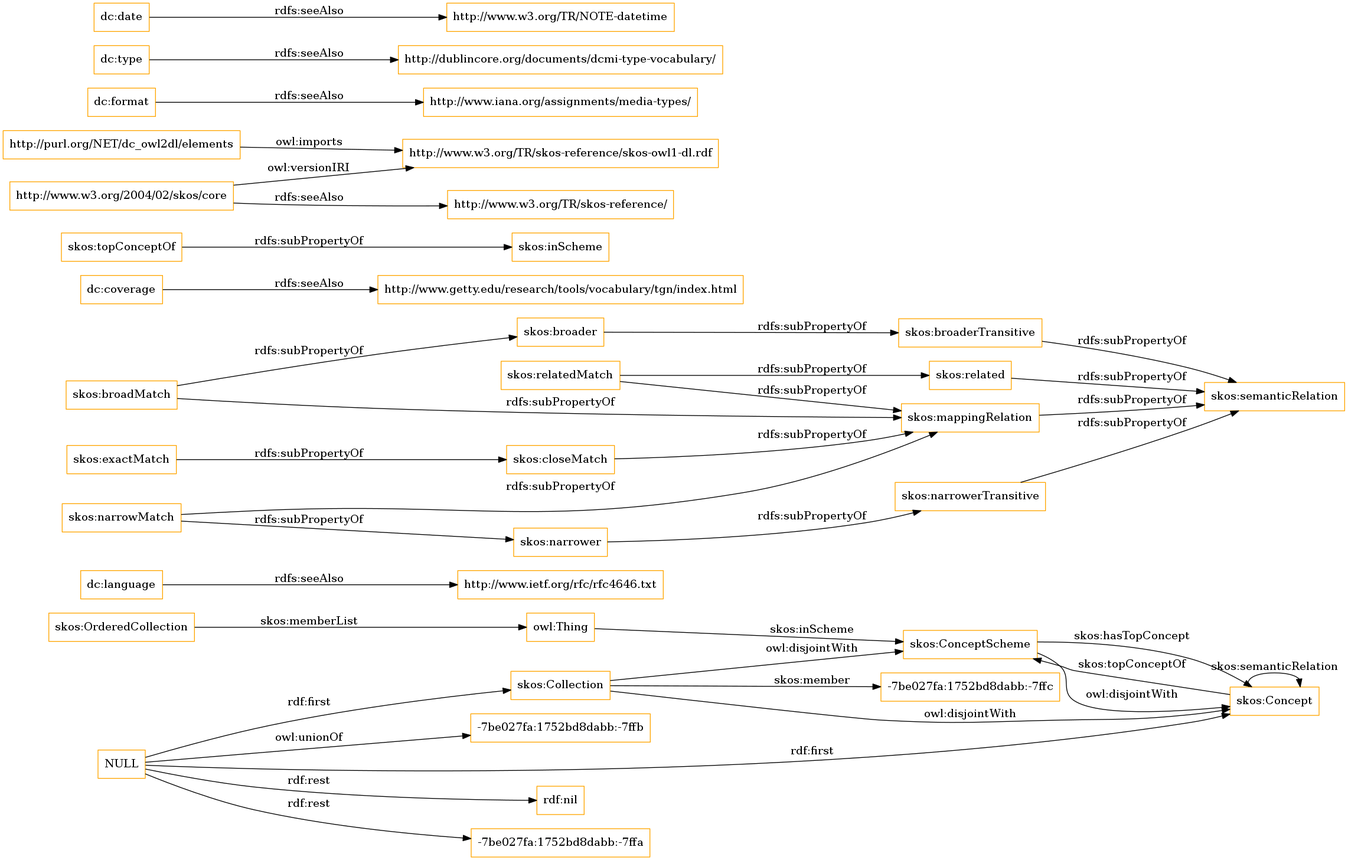
Before: OnToology/imports/elements.owl/diagrams/ar2dtool-class/elements.owl.png, a diagram exported from Graphviz (OnToologyUser/core-ontology-1). Its source is kept beside it as OnToology/imports/elements.owl/diagrams/ar2dtool-class/elements.owl.png.dot.
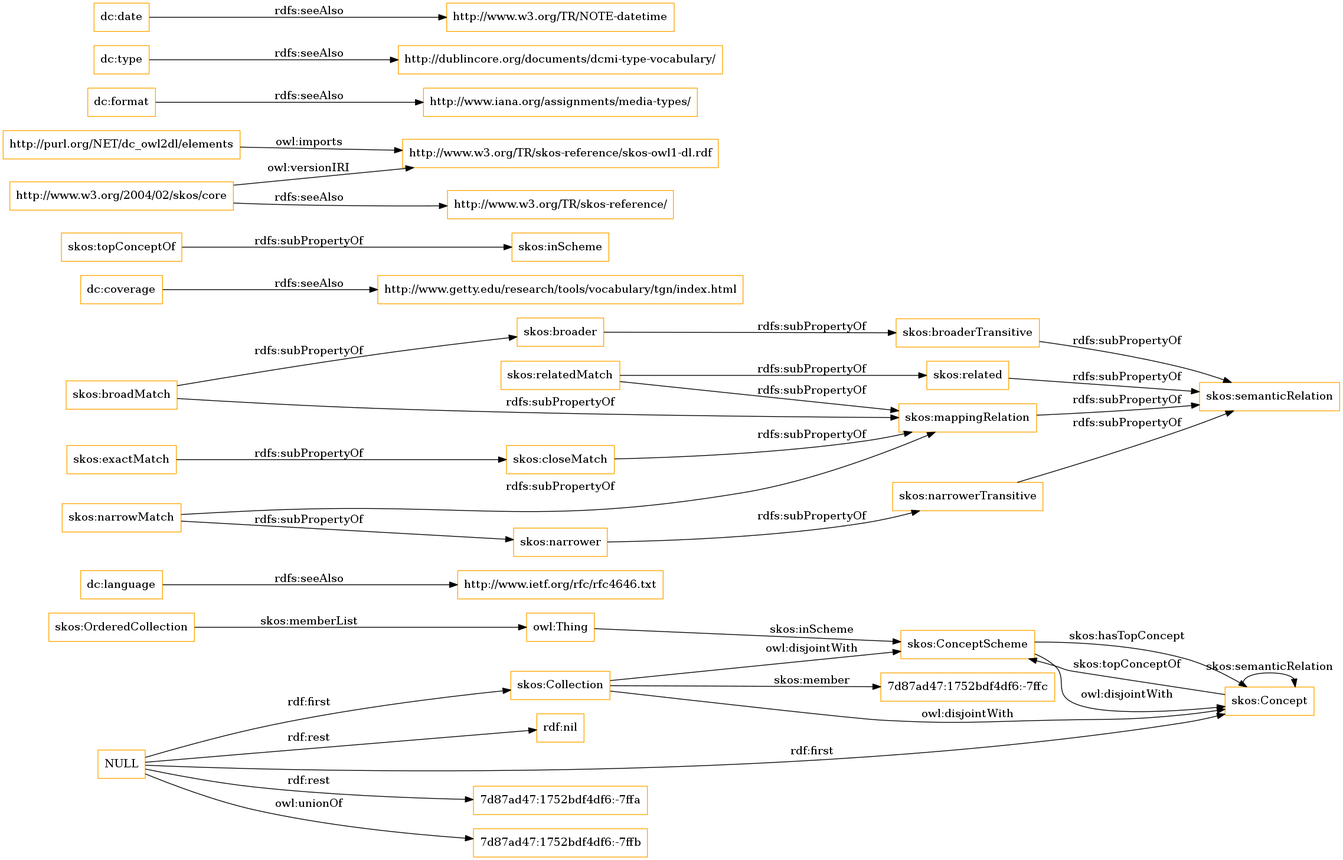
After the commit.

Diff of the diagram source:
```diff
@@ -1,13 +1,13 @@
 digraph ar2dtool_diagram {
 rankdir=LR;
 size="1501"
-node [shape = rectangle, color="orange"]; "-7be027fa:1752bd8dabb:-7ffc" "skos:OrderedCollection" "skos:Collection" "skos:ConceptScheme" "skos:Concept" ; /*classes style*/
+node [shape = rectangle, color="orange"]; "7d87ad47:1752bdf4df6:-7ffc" "skos:OrderedCollection" "skos:Collection" "skos:ConceptScheme" "skos:Concept" ; /*classes style*/
 	"dc:language" -> "http://www.ietf.org/rfc/rfc4646.txt" [ label = "rdfs:seeAlso" ];
+	"NULL" -> "7d87ad47:1752bdf4df6:-7ffa" [ label = "rdf:rest" ];
+	"NULL" -> "skos:Concept" [ label = "rdf:first" ];
+	"NULL" -> "7d87ad47:1752bdf4df6:-7ffb" [ label = "owl:unionOf" ];
 	"NULL" -> "rdf:nil" [ label = "rdf:rest" ];
 	"NULL" -> "skos:Collection" [ label = "rdf:first" ];
-	"NULL" -> "-7be027fa:1752bd8dabb:-7ffa" [ label = "rdf:rest" ];
-	"NULL" -> "skos:Concept" [ label = "rdf:first" ];
-	"NULL" -> "-7be027fa:1752bd8dabb:-7ffb" [ label = "owl:unionOf" ];
 	"skos:closeMatch" -> "skos:mappingRelation" [ label = "rdfs:subPropertyOf" ];
 	"dc:coverage" -> "http://www.getty.edu/research/tools/vocabulary/tgn/index.html" [ label = "rdfs:seeAlso" ];
 	"skos:relatedMatch" -> "skos:related" [ label = "rdfs:subPropertyOf" ];
@@ -36,7 +36,7 @@
 	"skos:OrderedCollection" -> "owl:Thing" [ label = "skos:memberList" ];
 	"skos:Concept" -> "skos:ConceptScheme" [ label = "skos:topConceptOf" ];
 	"skos:Concept" -> "skos:Concept" [ label = "skos:semanticRelation" ];
-	"skos:Collection" -> "-7be027fa:1752bd8dabb:-7ffc" [ label = "skos:member" ];
+	"skos:Collection" -> "7d87ad47:1752bdf4df6:-7ffc" [ label = "skos:member" ];
 	"skos:ConceptScheme" -> "skos:Concept" [ label = "skos:hasTopConcept" ];
 	"owl:Thing" -> "skos:ConceptScheme" [ label = "skos:inScheme" ];
 
```
